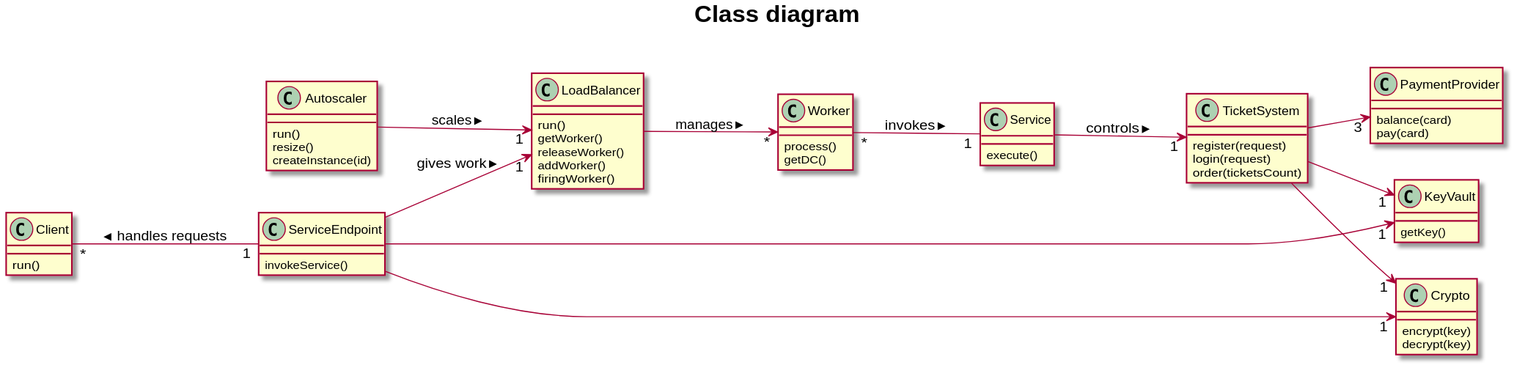
Above: out/model/diagram/ClassDiagram/Class diagram.svg in jstorm31/capita-selecta-project (PlantUML), before the change.
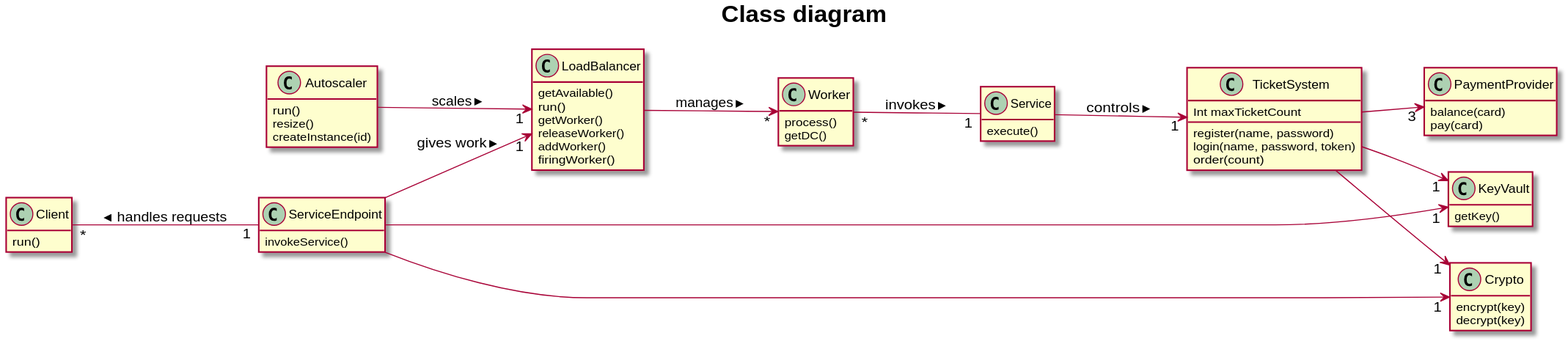
The same file after the commit.

Commit message:
add sequence diagram UC2 NF1

What changed in the source:
```diff
@@ -5,9 +5,10 @@
 
 together {
     class TicketSystem {
-        register(request)
-        login(request)
-        order(ticketsCount)
+        Int maxTicketCount
+        register(name, password)
+        login(name, password, token)
+        order(count)
     }
 
     class KeyVault {
@@ -43,6 +44,7 @@
 
 
 class LoadBalancer {
+    getAvailable()
     run()
     getWorker()
     releaseWorker()
@@ -68,4 +70,5 @@
 ServiceEndpoint --> "1" LoadBalancer: gives work >
 Client "*" -- "1" ServiceEndpoint: < handles requests
 
+hide empty members
 @enduml
```
